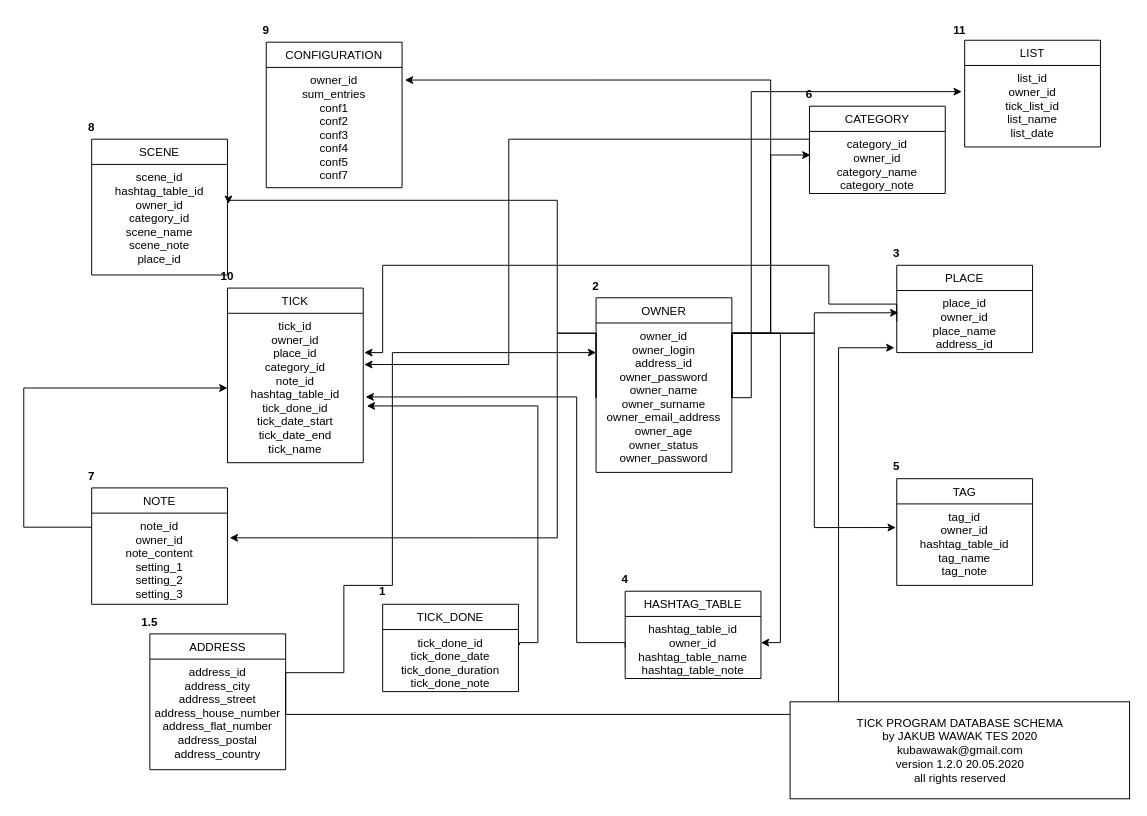
Earlier version of the draw.io diagram database_tick_schema.drawio (wjakew/Tick). Source tidied: cells renumbered, new cells numbered last; positions are measured from the earlier drawing's top-left corner, leaving out a move shared by most shapes. Both pictures are drawn from the tidied source at 97%, with x=0, y=0 at pixel (23, 16).
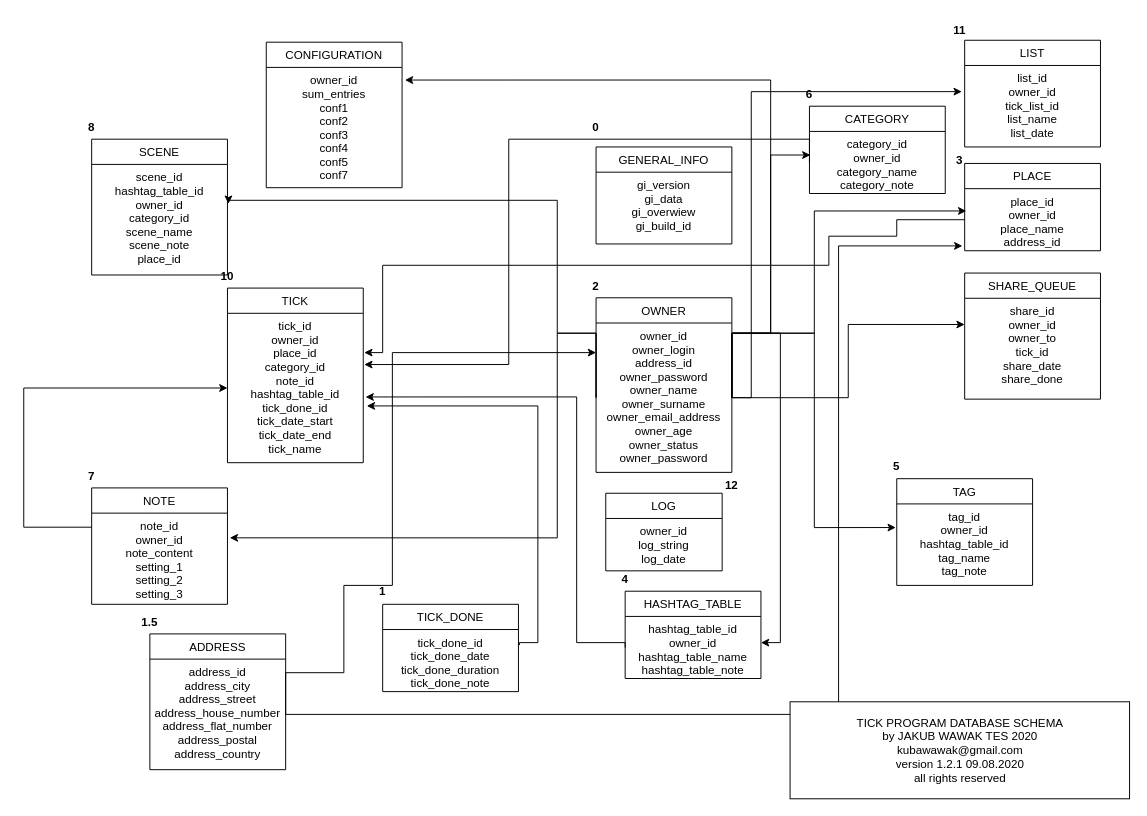
The same page after the edit.

Commit message (it also covers changes not shown here):
Database data for version v1.2.1

The change refers to these unchanged cells:
```xml
<mxCell id="38" value="owner_id&#10;owner_login&#10;address_id&#10;owner_password&#10;owner_name&#10;owner_surname&#10;owner_email_address&#10;owner_age&#10;owner_status&#10;owner_password" style="text;strokeColor=none;fillColor=none;align=center;verticalAlign=top;spacingLeft=4;spacingRight=4;overflow=hidden;points=[[0,0.5],[1,0.5]];portConstraint=eastwest;" parent="37" vertex="1">
  <mxGeometry y="26" width="140" height="154" as="geometry" />
</mxCell>
<mxCell id="45" value="address_id&#10;address_city&#10;address_street&#10;address_house_number&#10;address_flat_number&#10;address_postal&#10;address_country" style="text;strokeColor=none;fillColor=none;align=center;verticalAlign=top;spacingLeft=4;spacingRight=4;overflow=hidden;points=[[0,0.5],[1,0.5]];portConstraint=eastwest;" parent="44" vertex="1">
  <mxGeometry y="26" width="140" height="114" as="geometry" />
</mxCell>
```

What changed in the source:
```diff
@@
-    <mxCell id="2" value="PLACE" style="swimlane;fontStyle=0;horizontal=1;startSize=26;fillColor=none;align=center;" parent="1" vertex="1">
-      <mxGeometry x="900" y="256" width="140" height="90" as="geometry" />
-    </mxCell>
-    <mxCell id="3" value="place_id&#10;owner_id&#10;place_name&#10;address_id&#10;" style="text;strokeColor=none;fillColor=none;align=center;verticalAlign=top;spacingLeft=4;spacingRight=4;overflow=hidden;points=[[0,0.5],[1,0.5]];portConstraint=eastwest;" parent="2" vertex="1">
-      <mxGeometry y="26" width="140" height="64" as="geometry" />
-    </mxCell>
@@
     <mxCell id="6" value="3" style="text;align=center;fontStyle=1;verticalAlign=middle;spacingLeft=3;spacingRight=3;strokeColor=none;" parent="1" vertex="1">
-      <mxGeometry x="860" y="230" width="80" height="26" as="geometry" />
+      <mxGeometry x="925" y="134" width="80" height="26" as="geometry" />
     </mxCell>
@@
-    <mxCell id="12" value="9" style="text;align=center;fontStyle=1;verticalAlign=middle;spacingLeft=3;spacingRight=3;strokeColor=none;" parent="1" vertex="1">
-      <mxGeometry x="210" width="80" height="26" as="geometry" />
+    <mxCell id="12" value="0" style="text;align=center;fontStyle=1;verticalAlign=middle;spacingLeft=3;spacingRight=3;strokeColor=none;" parent="1" vertex="1">
+      <mxGeometry x="550" y="100" width="80" height="26" as="geometry" />
     </mxCell>
@@
     <mxCell id="25" style="edgeStyle=orthogonalEdgeStyle;rounded=0;jettySize=auto;html=1;exitX=1;exitY=0.5;exitDx=0;exitDy=0;entryX=0.012;entryY=0.359;entryDx=0;entryDy=0;entryPerimeter=0;" parent="1" edge="1" source="38" target="3">
       <mxGeometry relative="1" as="geometry">
         <Array as="points">
           <mxPoint x="730" y="326" />
           <mxPoint x="815" y="326" />
-          <mxPoint x="815" y="305" />
+          <mxPoint x="815" y="200" />
         </Array>
       </mxGeometry>
     </mxCell>
@@
     <mxCell id="39" style="edgeStyle=orthogonalEdgeStyle;rounded=0;jettySize=auto;html=1;exitX=0;exitY=0.5;exitDx=0;exitDy=0;" parent="1" edge="1" source="3">
       <mxGeometry relative="1" as="geometry">
         <mxPoint x="351" y="346" as="targetPoint" />
         <Array as="points">
-          <mxPoint x="900" y="296" />
-          <mxPoint x="830" y="296" />
+          <mxPoint x="900" y="209" />
+          <mxPoint x="900" y="226" />
+          <mxPoint x="830" y="226" />
           <mxPoint x="830" y="256" />
           <mxPoint x="370" y="256" />
           <mxPoint x="370" y="346" />
         </Array>
       </mxGeometry>
     </mxCell>
@@
     <mxCell id="48" style="edgeStyle=orthogonalEdgeStyle;rounded=0;jettySize=auto;html=1;exitX=1;exitY=0.5;exitDx=0;exitDy=0;entryX=-0.017;entryY=0.922;entryDx=0;entryDy=0;entryPerimeter=0;" parent="1" edge="1" source="45" target="3">
       <mxGeometry relative="1" as="geometry">
         <Array as="points">
           <mxPoint x="840" y="719" />
-          <mxPoint x="840" y="341" />
+          <mxPoint x="840" y="236" />
         </Array>
       </mxGeometry>
     </mxCell>
-    <mxCell id="49" value="TICK PROGRAM DATABASE SCHEMA&lt;br&gt;by JAKUB WAWAK TES 2020&lt;br&gt;kubawawak@gmail.com&lt;br&gt;version 1.2.0 20.05.2020&lt;br&gt;all rights reserved" style="html=1;align=center;" parent="1" vertex="1">
+    <mxCell id="49" value="TICK PROGRAM DATABASE SCHEMA&lt;br&gt;by JAKUB WAWAK TES 2020&lt;br&gt;kubawawak@gmail.com&lt;br&gt;version 1.2.1 09.08.2020&lt;br&gt;all rights reserved" style="html=1;align=center;" parent="1" vertex="1">
       <mxGeometry x="790" y="706" width="350" height="100" as="geometry" />
     </mxCell>
@@
+    <mxCell id="2" value="PLACE" style="swimlane;fontStyle=0;horizontal=1;startSize=26;fillColor=none;align=center;" parent="1" vertex="1">
+      <mxGeometry x="970" y="151" width="140" height="90" as="geometry" />
+    </mxCell>
+    <mxCell id="3" value="place_id&#10;owner_id&#10;place_name&#10;address_id&#10;" style="text;strokeColor=none;fillColor=none;align=center;verticalAlign=top;spacingLeft=4;spacingRight=4;overflow=hidden;points=[[0,0.5],[1,0.5]];portConstraint=eastwest;" parent="2" vertex="1">
+      <mxGeometry y="26" width="140" height="64" as="geometry" />
+    </mxCell>
+    <mxCell id="54" value="SHARE_QUEUE" style="swimlane;fontStyle=0;horizontal=1;startSize=26;fillColor=none;" parent="1" vertex="1">
+      <mxGeometry x="970" y="264" width="140" height="130" as="geometry" />
+    </mxCell>
+    <mxCell id="55" value="share_id&#10;owner_id&#10;owner_to&#10;tick_id&#10;share_date&#10;share_done" style="text;strokeColor=none;fillColor=none;align=center;verticalAlign=top;spacingLeft=4;spacingRight=4;overflow=hidden;points=[[0,0.5],[1,0.5]];portConstraint=eastwest;" parent="54" vertex="1">
+      <mxGeometry y="26" width="140" height="104" as="geometry" />
+    </mxCell>
+    <mxCell id="56" style="edgeStyle=orthogonalEdgeStyle;rounded=0;jettySize=auto;html=1;exitX=1;exitY=0.5;exitDx=0;exitDy=0;entryX=0;entryY=0.26;entryDx=0;entryDy=0;entryPerimeter=0;" parent="1" edge="1" source="38" target="55">
+      <mxGeometry relative="1" as="geometry" />
+    </mxCell>
+    <mxCell id="57" value="GENERAL_INFO" style="swimlane;fontStyle=0;horizontal=1;startSize=26;fillColor=none;" parent="1" vertex="1">
+      <mxGeometry x="590" y="134" width="140" height="100" as="geometry" />
+    </mxCell>
+    <mxCell id="58" value="gi_version&#10;gi_data&#10;gi_overwiew&#10;gi_build_id" style="text;strokeColor=none;fillColor=none;align=center;verticalAlign=top;spacingLeft=4;spacingRight=4;overflow=hidden;" parent="57" vertex="1">
+      <mxGeometry y="26" width="140" height="74" as="geometry" />
+    </mxCell>
+    <mxCell id="59" value="LOG" style="swimlane;fontStyle=0;horizontal=1;startSize=26;fillColor=none;align=center;" parent="1" vertex="1">
+      <mxGeometry x="600" y="491" width="120" height="80" as="geometry" />
+    </mxCell>
+    <mxCell id="60" value="owner_id&#10;log_string&#10;log_date" style="text;strokeColor=none;fillColor=none;align=center;verticalAlign=top;spacingLeft=4;spacingRight=4;overflow=hidden;" parent="59" vertex="1">
+      <mxGeometry y="26" width="120" height="54" as="geometry" />
+    </mxCell>
+    <mxCell id="61" value="12" style="text;align=center;fontStyle=1;verticalAlign=middle;spacingLeft=3;spacingRight=3;strokeColor=none;" parent="1" vertex="1">
+      <mxGeometry x="690" y="469.5" width="80" height="26" as="geometry" />
+    </mxCell>
```
